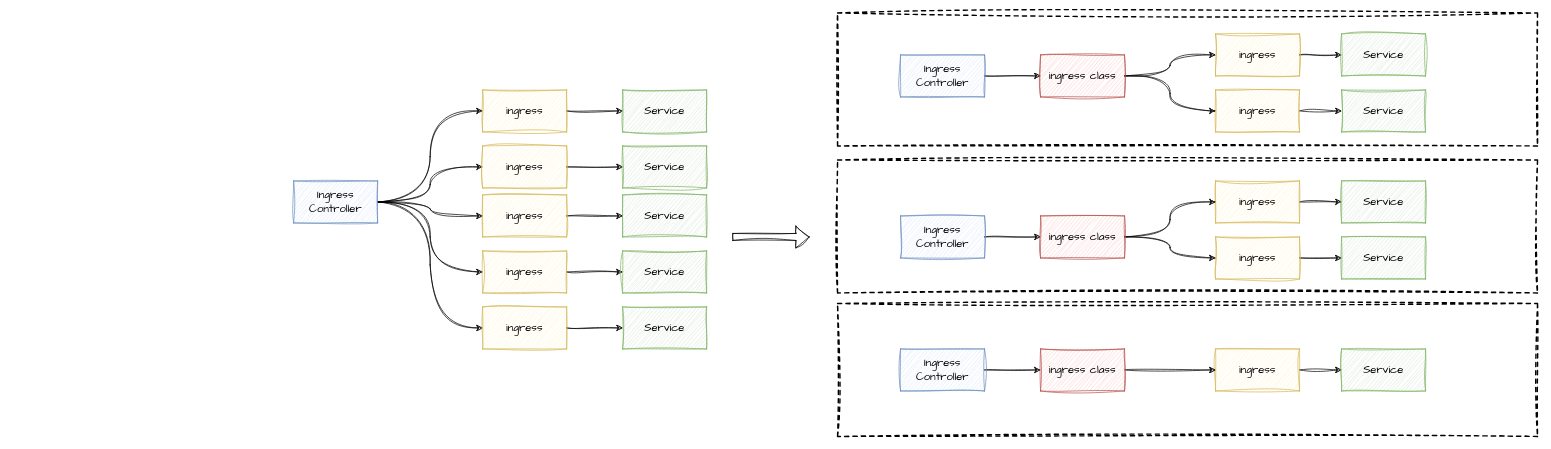
caijiatao/go-lib keeps this draw.io diagram as page "第 19 页" (19 of 24) of docs/learn-k8s.drawio. Above is the earlier version. Source tidied: cells renumbered, new cells numbered last; positions are measured from the earlier drawing's top-left corner, leaving out a move shared by most shapes. Both pictures are drawn from the tidied source at 70%, with x=0, y=0 at pixel (293, 13).
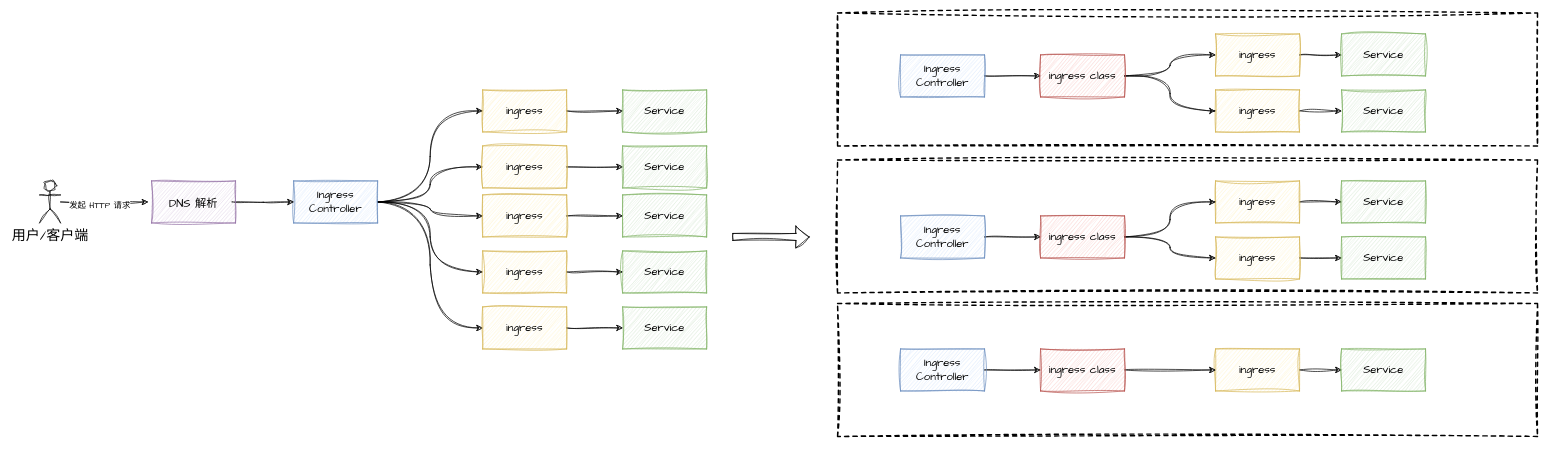
The same diagram, later.

Unchanged cells that the change refers to:
```xml
<mxCell id="10" value="Ingress Controller" style="rounded=0;whiteSpace=wrap;html=1;sketch=1;hachureGap=4;jiggle=2;curveFitting=1;fontFamily=Architects Daughter;fontSize=16;fillColor=#dae8fc;strokeColor=#6c8ebf;" parent="1" vertex="1">
  <mxGeometry y="240" width="120" height="60" as="geometry" />
</mxCell>
```

Diff of the diagram source:
```diff
@@
+    <mxCell id="56" style="edgeStyle=orthogonalEdgeStyle;rounded=0;sketch=1;hachureGap=4;jiggle=2;curveFitting=1;jettySize=auto;html=1;fontFamily=Architects Daughter;fontSize=16;" parent="1" edge="1" source="58">
+      <mxGeometry relative="1" as="geometry">
+        <mxPoint x="-208" y="270" as="targetPoint" />
+      </mxGeometry>
+    </mxCell>
+    <mxCell id="57" value="&lt;font style=&quot;font-size: 12px;&quot;&gt;发起 HTTP 请求&lt;/font&gt;" style="edgeLabel;html=1;align=center;verticalAlign=middle;fontSize=20;fontFamily=Architects Daughter;" parent="56" vertex="1">
+      <mxGeometry x="-0.13" y="-1" relative="1" as="geometry" />
+    </mxCell>
+    <mxCell id="58" value="用户/客户端" style="shape=umlActor;verticalLabelPosition=bottom;verticalAlign=top;html=1;outlineConnect=0;sketch=1;hachureGap=4;jiggle=2;curveFitting=1;fontFamily=Architects Daughter;fontSize=20;" parent="1" vertex="1">
+      <mxGeometry x="-363" y="240" width="30" height="60" as="geometry" />
+    </mxCell>
+    <mxCell id="59" style="edgeStyle=orthogonalEdgeStyle;rounded=0;sketch=1;hachureGap=4;jiggle=2;curveFitting=1;jettySize=auto;html=1;fontFamily=Architects Daughter;fontSize=16;" parent="1" edge="1" target="10">
+      <mxGeometry relative="1" as="geometry">
+        <mxPoint x="-88" y="270" as="sourcePoint" />
+      </mxGeometry>
+    </mxCell>
+    <mxCell id="60" value="&lt;font style=&quot;font-size: 16px;&quot;&gt;DNS 解析&lt;/font&gt;" style="rounded=0;whiteSpace=wrap;html=1;sketch=1;hachureGap=4;jiggle=2;curveFitting=1;fontFamily=Architects Daughter;fontSize=20;fillColor=#e1d5e7;strokeColor=#9673a6;" parent="1" vertex="1">
+      <mxGeometry x="-203" y="240" width="120" height="60" as="geometry" />
+    </mxCell>
```
